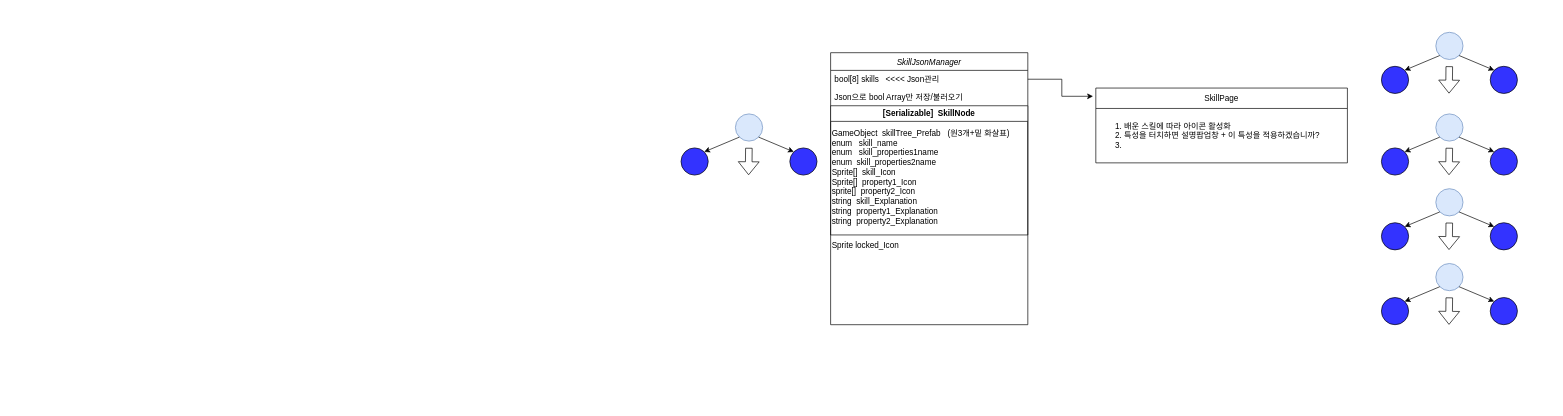
Before: 2048Diagram.drawio in nilbace/2048Diagram, a draw.io diagram. Source tidied: cells renumbered, new cells numbered last; positions are measured from the earlier drawing's top-left corner, leaving out a move shared by most shapes. Both pictures are drawn from the tidied source at 68%, with x=0, y=0 at pixel (681, 32).
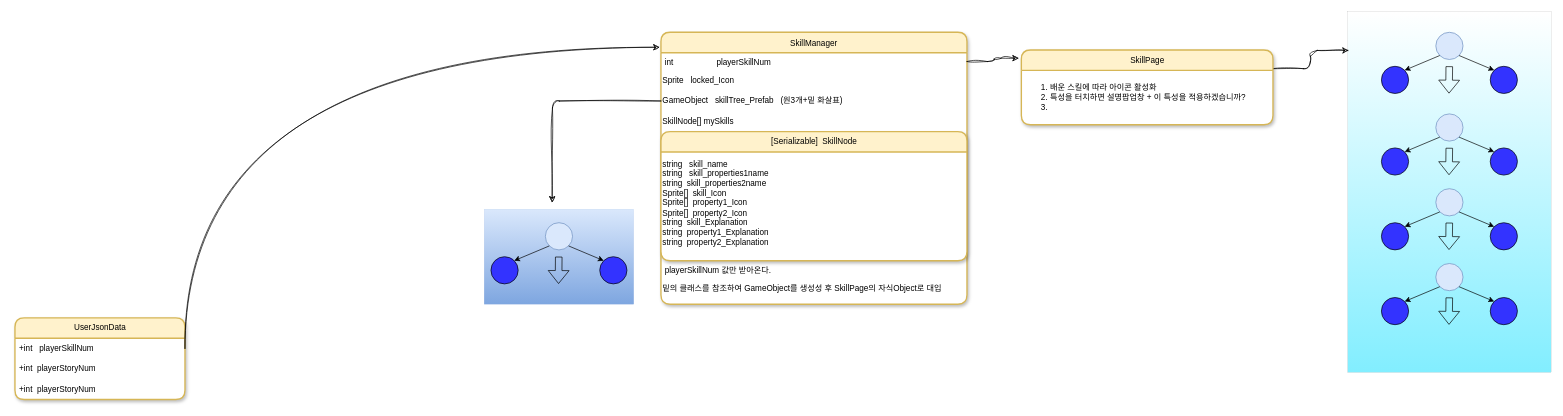
The same diagram, later.

Diff of the diagram source:
```diff
@@
+    <mxCell id="41" style="rounded=0;whiteSpace=wrap;html=1;strokeWidth=0;gradientColor=#82EEFF;" parent="1" vertex="1">
+      <mxGeometry x="980.5" y="-30" width="299" height="530" as="geometry" />
+    </mxCell>
+    <mxCell id="42" style="rounded=0;whiteSpace=wrap;html=1;fillColor=#dae8fc;strokeColor=#6c8ebf;gradientColor=#7EA6E0;strokeWidth=0;" parent="1" vertex="1">
+      <mxGeometry x="-289.5" y="260" width="220" height="140" as="geometry" />
+    </mxCell>
-    <mxCell id="2" value="SkillJsonManager" style="swimlane;fontStyle=2;align=center;verticalAlign=top;horizontal=1;startSize=26;rounded=0;shadow=0;strokeWidth=1;" parent="1" vertex="1">
-      <mxGeometry x="220" y="30" width="290" height="400" as="geometry" />
+    <mxCell id="2" value="SkillManager" style="swimlane;fontStyle=0;align=center;verticalAlign=middle;horizontal=1;startSize=30;rounded=1;shadow=1;strokeWidth=2;fillColor=#fff2cc;strokeColor=#d6b656;swimlaneFillColor=default;glass=0;" parent="1" vertex="1">
+      <mxGeometry x="-29.5" width="450" height="400" as="geometry" />
     </mxCell>
-    <mxCell id="3" value="bool[8] skills   &lt;&lt;&lt;&lt; Json관리" style="text;align=left;verticalAlign=top;spacingLeft=4;spacingRight=4;overflow=hidden;points=[[0,0.5],[1,0.5]];portConstraint=eastwest;" parent="2" vertex="1">
-      <mxGeometry y="26" width="290" height="26" as="geometry" />
+    <mxCell id="3" value="int                   playerSkillNum" style="text;align=left;verticalAlign=top;spacingLeft=4;spacingRight=4;overflow=hidden;points=[[0,0.5],[1,0.5]];portConstraint=eastwest;" parent="2" vertex="1">
+      <mxGeometry y="30" width="450" height="26" as="geometry" />
     </mxCell>
-    <mxCell id="4" value="Json으로 bool Array만 저장/불러오기" style="text;align=left;verticalAlign=top;spacingLeft=4;spacingRight=4;overflow=hidden;" parent="2" vertex="1">
-      <mxGeometry y="52" width="290" height="26" as="geometry" />
-    </mxCell>
+    <mxCell id="7" value="Sprite &lt;span style=&quot;white-space: pre;&quot;&gt; &lt;/span&gt;&lt;span style=&quot;white-space: pre;&quot;&gt; &lt;/span&gt;locked_Icon" style="text;html=1;strokeColor=none;fillColor=none;align=left;verticalAlign=middle;whiteSpace=wrap;rounded=0;" parent="2" vertex="1">
+      <mxGeometry y="56" width="450" height="30" as="geometry" />
+    </mxCell>
+    <mxCell id="43" style="edgeStyle=orthogonalEdgeStyle;rounded=1;jettySize=auto;html=1;exitX=0;exitY=0.5;exitDx=0;exitDy=0;fontFamily=Helvetica;fontSize=11;fontColor=default;startSize=30;targetPerimeterSpacing=2;sketch=1;curveFitting=1;jiggle=2;shadow=0;" parent="2" edge="1" source="44">
+      <mxGeometry relative="1" as="geometry">
+        <mxPoint x="-160" y="250" as="targetPoint" />
+      </mxGeometry>
+    </mxCell>
+    <mxCell id="44" value="GameObject&amp;nbsp; &lt;span style=&quot;white-space: pre;&quot;&gt; &lt;/span&gt;skillTree_Prefab&amp;nbsp; &amp;nbsp;(원3개+밑 화살표)" style="text;html=1;strokeColor=none;fillColor=none;align=left;verticalAlign=middle;whiteSpace=wrap;rounded=0;" parent="2" vertex="1">
+      <mxGeometry y="86" width="450" height="30" as="geometry" />
+    </mxCell>
+    <mxCell id="45" value="SkillNode[]&lt;span style=&quot;white-space: pre;&quot;&gt; &lt;/span&gt;mySkills" style="text;html=1;strokeColor=none;fillColor=none;align=left;verticalAlign=middle;whiteSpace=wrap;rounded=0;" parent="2" vertex="1">
+      <mxGeometry y="116" width="450" height="30" as="geometry" />
+    </mxCell>
-    <mxCell id="5" value="[Serializable]&amp;nbsp; SkillNode" style="swimlane;whiteSpace=wrap;html=1;labelPosition=center;verticalLabelPosition=middle;align=center;verticalAlign=middle;textDirection=ltr;gradientColor=none;strokeWidth=1;" parent="2" vertex="1">
-      <mxGeometry y="78" width="290" height="190" as="geometry" />
+    <mxCell id="5" value="[Serializable]&amp;nbsp; SkillNode" style="swimlane;whiteSpace=wrap;html=1;labelPosition=center;verticalLabelPosition=middle;align=center;verticalAlign=middle;textDirection=ltr;gradientColor=none;strokeWidth=2;fillColor=#fff2cc;strokeColor=#d6b656;fontStyle=0;startSize=30;swimlaneFillColor=default;glass=0;shadow=1;rounded=1;" parent="2" vertex="1">
+      <mxGeometry y="146" width="450" height="190" as="geometry" />
     </mxCell>
-    <mxCell id="6" value="GameObject &lt;span style=&quot;white-space: pre;&quot;&gt; &lt;/span&gt;skillTree_Prefab&amp;nbsp; &amp;nbsp;(원3개+밑 화살표)&lt;br&gt;enum&amp;nbsp;&lt;span style=&quot;white-space: pre;&quot;&gt; &lt;/span&gt;&lt;span style=&quot;white-space: pre;&quot;&gt; &lt;/span&gt;skill_name&lt;br&gt;enum&amp;nbsp;&lt;span style=&quot;white-space: pre;&quot;&gt; &lt;/span&gt;&lt;span style=&quot;white-space: pre;&quot;&gt; &lt;/span&gt;skill_properties1name&lt;br&gt;enum&lt;span style=&quot;white-space: pre;&quot;&gt; &lt;/span&gt;&lt;span style=&quot;white-space: pre;&quot;&gt; &lt;/span&gt;skill_properties2name&lt;br&gt;Sprite[]&lt;span style=&quot;white-space: pre;&quot;&gt; &lt;/span&gt;&lt;span style=&quot;white-space: pre;&quot;&gt; &lt;/span&gt;skill_Icon&lt;br&gt;Sprite[]&lt;span style=&quot;white-space: pre;&quot;&gt; &lt;/span&gt;&lt;span style=&quot;white-space: pre;&quot;&gt; &lt;/span&gt;property1_Icon&lt;br&gt;sprite[]&lt;span style=&quot;white-space: pre;&quot;&gt; &lt;/span&gt;&lt;span style=&quot;white-space: pre;&quot;&gt; &lt;/span&gt;property2_Icon&lt;br&gt;string&lt;span style=&quot;white-space: pre;&quot;&gt; &lt;/span&gt;&lt;span style=&quot;white-space: pre;&quot;&gt; &lt;/span&gt;skill_Explanation&lt;br&gt;string&lt;span style=&quot;white-space: pre;&quot;&gt; &lt;/span&gt;&lt;span style=&quot;white-space: pre;&quot;&gt; &lt;/span&gt;property1_Explanation&lt;br&gt;string&lt;span style=&quot;white-space: pre;&quot;&gt; &lt;/span&gt;&lt;span style=&quot;white-space: pre;&quot;&gt; &lt;/span&gt;property2_Explanation" style="text;html=1;strokeColor=none;fillColor=none;align=left;verticalAlign=middle;whiteSpace=wrap;rounded=0;" parent="5" vertex="1">
+    <mxCell id="6" value="string&amp;nbsp;&lt;span style=&quot;white-space: pre;&quot;&gt; &lt;/span&gt;&lt;span style=&quot;white-space: pre;&quot;&gt; &lt;/span&gt;skill_name&lt;br&gt;string&amp;nbsp;&lt;span style=&quot;white-space: pre;&quot;&gt; &lt;/span&gt;&lt;span style=&quot;white-space: pre;&quot;&gt; &lt;/span&gt;skill_properties1name&lt;br&gt;string&lt;span style=&quot;white-space: pre;&quot;&gt; &lt;/span&gt;&lt;span style=&quot;white-space: pre;&quot;&gt; &lt;/span&gt;skill_properties2name&lt;br&gt;Sprite[]&lt;span style=&quot;white-space: pre;&quot;&gt; &lt;/span&gt;&lt;span style=&quot;white-space: pre;&quot;&gt; &lt;/span&gt;skill_Icon&lt;br&gt;Sprite[]&lt;span style=&quot;white-space: pre;&quot;&gt; &lt;/span&gt;&lt;span style=&quot;white-space: pre;&quot;&gt; &lt;/span&gt;property1_Icon&lt;br&gt;Sprite[]&lt;span style=&quot;white-space: pre;&quot;&gt; &lt;/span&gt;&lt;span style=&quot;white-space: pre;&quot;&gt; &lt;/span&gt;property2_Icon&lt;br&gt;string&lt;span style=&quot;white-space: pre;&quot;&gt; &lt;/span&gt;&lt;span style=&quot;white-space: pre;&quot;&gt; &lt;/span&gt;skill_Explanation&lt;br&gt;string&lt;span style=&quot;white-space: pre;&quot;&gt; &lt;/span&gt;&lt;span style=&quot;white-space: pre;&quot;&gt; &lt;/span&gt;property1_Explanation&lt;br&gt;string&lt;span style=&quot;white-space: pre;&quot;&gt; &lt;/span&gt;&lt;span style=&quot;white-space: pre;&quot;&gt; &lt;/span&gt;property2_Explanation" style="text;html=1;strokeColor=none;fillColor=none;align=left;verticalAlign=middle;whiteSpace=wrap;rounded=0;" parent="5" vertex="1">
       <mxGeometry y="90" width="290" height="30" as="geometry" />
     </mxCell>
-    <mxCell id="7" value="Sprite locked_Icon" style="text;html=1;strokeColor=none;fillColor=none;align=left;verticalAlign=middle;whiteSpace=wrap;rounded=0;" parent="2" vertex="1">
-      <mxGeometry y="268" width="290" height="30" as="geometry" />
-    </mxCell>
+    <mxCell id="4" value="playerSkillNum 값만 받아온다." style="text;align=left;verticalAlign=top;spacingLeft=4;spacingRight=4;overflow=hidden;" parent="2" vertex="1">
+      <mxGeometry y="336" width="450" height="26" as="geometry" />
+    </mxCell>
+    <mxCell id="46" value="밑의 클래스를 참조하여 GameObject를 생성성 후 SkillPage의 자식Object로 대입" style="text;html=1;align=left;verticalAlign=middle;strokeColor=none;fillColor=none;" parent="2" vertex="1">
+      <mxGeometry y="362" width="450" height="30" as="geometry" />
+    </mxCell>
+    <mxCell id="47" style="edgeStyle=orthogonalEdgeStyle;rounded=1;jettySize=auto;html=1;exitX=1;exitY=0.25;exitDx=0;exitDy=0;entryX=0.004;entryY=0.107;entryDx=0;entryDy=0;entryPerimeter=0;fontFamily=Helvetica;fontSize=11;fontColor=default;startSize=30;targetPerimeterSpacing=2;sketch=1;curveFitting=1;jiggle=2;shadow=0;" parent="1" edge="1" source="8" target="41">
+      <mxGeometry relative="1" as="geometry" />
+    </mxCell>
-    <mxCell id="8" value="SkillPage" style="swimlane;fontStyle=0;horizontal=1;startSize=30;whiteSpace=wrap;html=1;fillColor=none;" parent="1" vertex="1">
-      <mxGeometry x="610" y="82" width="370" height="110" as="geometry" />
+    <mxCell id="8" value="SkillPage" style="swimlane;fontStyle=0;horizontal=1;startSize=30;whiteSpace=wrap;html=1;fillColor=#fff2cc;strokeColor=#d6b656;strokeWidth=2;swimlaneFillColor=default;glass=0;shadow=1;rounded=1;" parent="1" vertex="1">
+      <mxGeometry x="500.5" y="26" width="370" height="110" as="geometry" />
     </mxCell>
@@
-    <mxCell id="10" style="edgeStyle=orthogonalEdgeStyle;rounded=0;jettySize=auto;html=1;entryX=-0.011;entryY=0.11;entryDx=0;entryDy=0;entryPerimeter=0;" parent="1" edge="1" source="3" target="8">
+    <mxCell id="10" style="edgeStyle=orthogonalEdgeStyle;rounded=1;jettySize=auto;html=1;entryX=-0.011;entryY=0.11;entryDx=0;entryDy=0;entryPerimeter=0;targetPerimeterSpacing=2;sketch=1;curveFitting=1;jiggle=2;shadow=0;" parent="1" edge="1" source="3" target="8">
       <mxGeometry relative="1" as="geometry" />
     </mxCell>
     <mxCell id="11" style="ellipse;whiteSpace=wrap;html=1;fillColor=#dae8fc;strokeColor=#6c8ebf;" parent="1" vertex="1">
-      <mxGeometry x="80" y="120" width="40" height="40" as="geometry" />
+      <mxGeometry x="-199.5" y="280" width="40" height="40" as="geometry" />
     </mxCell>
     <mxCell id="12" style="ellipse;whiteSpace=wrap;html=1;fillColor=#3333FF;" parent="1" vertex="1">
-      <mxGeometry y="170" width="40" height="40" as="geometry" />
+      <mxGeometry x="-279.5" y="330" width="40" height="40" as="geometry" />
     </mxCell>
     <mxCell id="13" style="ellipse;whiteSpace=wrap;html=1;fillColor=#3333FF;" parent="1" vertex="1">
-      <mxGeometry x="160" y="170" width="40" height="40" as="geometry" />
+      <mxGeometry x="-119.5" y="330" width="40" height="40" as="geometry" />
     </mxCell>
@@
     <mxCell id="16" style="shape=flexArrow;endArrow=classic;html=1;rounded=0;width=9.714285714285714;endSize=6.034285714285715;" parent="1" edge="1">
       <mxGeometry relative="1" as="geometry">
-        <mxPoint x="99.8" y="170" as="sourcePoint" />
-        <mxPoint x="99.4" y="210" as="targetPoint" />
+        <mxPoint x="-179.8" y="330" as="sourcePoint" />
+        <mxPoint x="-180.1" y="370" as="targetPoint" />
       </mxGeometry>
     </mxCell>
@@
+    <mxCell id="48" value="UserJsonData" style="swimlane;fontStyle=0;horizontal=1;startSize=30;whiteSpace=wrap;html=1;flipH=1;flipV=0;direction=east;fillColor=#fff2cc;strokeColor=#d6b656;strokeWidth=2;swimlaneFillColor=default;glass=0;shadow=1;rounded=1;" parent="1" vertex="1">
+      <mxGeometry x="-979.5" y="420" width="250" height="120" as="geometry" />
+    </mxCell>
+    <mxCell id="49" value="+int&amp;nbsp;&lt;span style=&quot;white-space: pre;&quot;&gt; &lt;/span&gt;&lt;span style=&quot;white-space: pre;&quot;&gt; &lt;/span&gt;playerSkillNum" style="text;strokeColor=none;fillColor=none;align=left;verticalAlign=middle;spacingLeft=4;spacingRight=4;overflow=hidden;points=[[0,0.5],[1,0.5]];portConstraint=eastwest;whiteSpace=wrap;html=1;" parent="48" vertex="1">
+      <mxGeometry y="30" width="250" height="30" as="geometry" />
+    </mxCell>
+    <mxCell id="50" value="+int&lt;span style=&quot;white-space: pre;&quot;&gt; &lt;/span&gt;&lt;span style=&quot;white-space: pre;&quot;&gt; &lt;/span&gt;playerStoryNum" style="text;strokeColor=none;fillColor=none;align=left;verticalAlign=middle;spacingLeft=4;spacingRight=4;overflow=hidden;whiteSpace=wrap;html=1;strokeWidth=1;" parent="48" vertex="1">
+      <mxGeometry y="60" width="250" height="30" as="geometry" />
+    </mxCell>
+    <mxCell id="51" value="+int&lt;span style=&quot;white-space: pre;&quot;&gt; &lt;/span&gt;&lt;span style=&quot;white-space: pre;&quot;&gt; &lt;/span&gt;playerStoryNum" style="text;strokeColor=none;fillColor=none;align=left;verticalAlign=middle;spacingLeft=4;spacingRight=4;overflow=hidden;whiteSpace=wrap;html=1;strokeWidth=1;" parent="48" vertex="1">
+      <mxGeometry y="90" width="250" height="30" as="geometry" />
+    </mxCell>
+    <mxCell id="52" style="edgeStyle=orthogonalEdgeStyle;shape=connector;curved=1;rounded=1;sketch=1;jiggle=2;curveFitting=1;jettySize=auto;html=1;exitX=1;exitY=0.5;exitDx=0;exitDy=0;shadow=0;labelBackgroundColor=default;strokeColor=default;fontFamily=Helvetica;fontSize=11;fontColor=default;endArrow=classic;targetPerimeterSpacing=2;entryX=-0.005;entryY=0.055;entryDx=0;entryDy=0;entryPerimeter=0;" parent="1" edge="1" source="49" target="2">
+      <mxGeometry relative="1" as="geometry">
+        <Array as="points">
+          <mxPoint x="-729.5" y="22" />
+        </Array>
+      </mxGeometry>
+    </mxCell>
```
